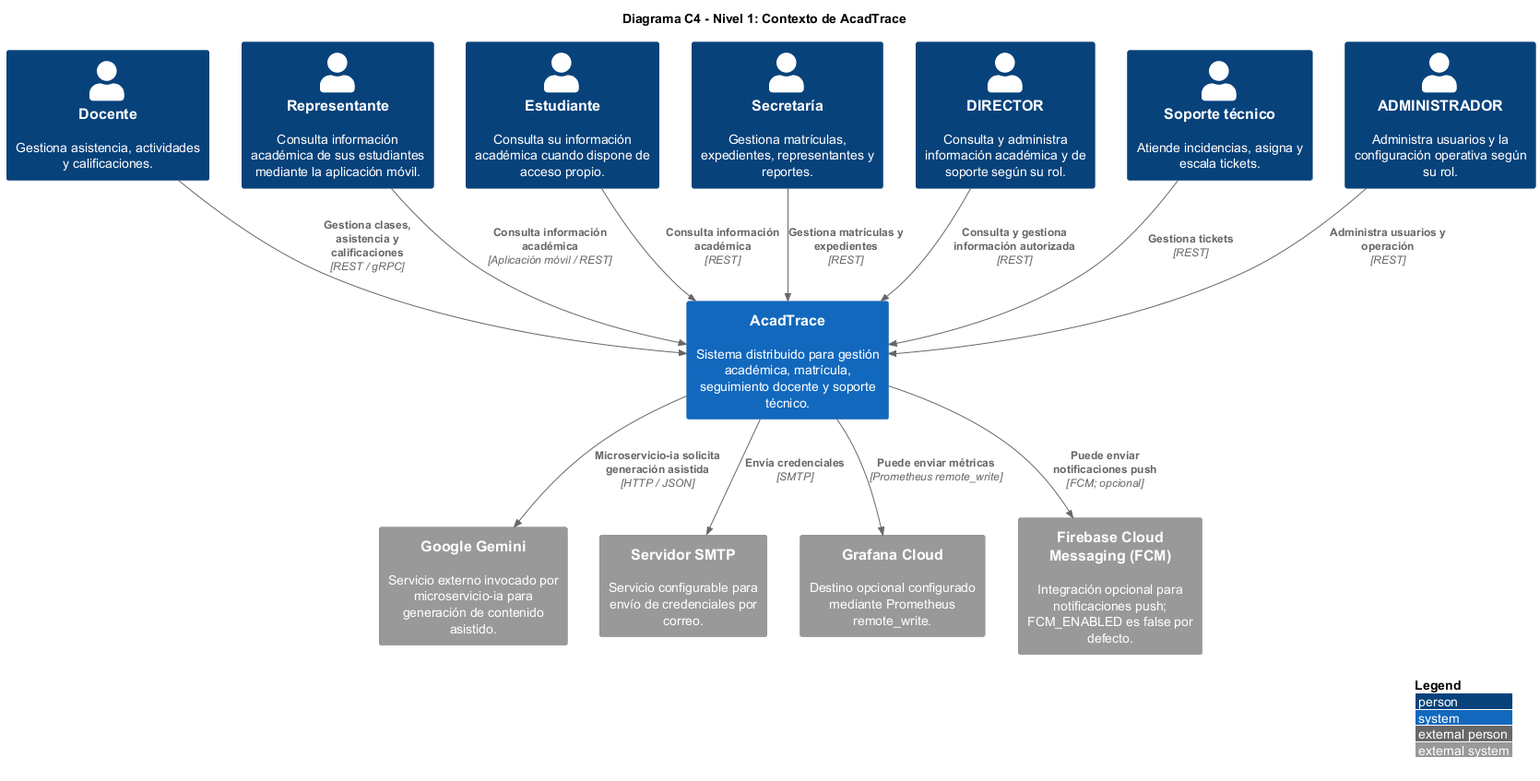
Earlier version of the PlantUML export Informe-E4_BCEL/c4_nivel1_contexto.png (gleiston-guerrero/acadtrace).
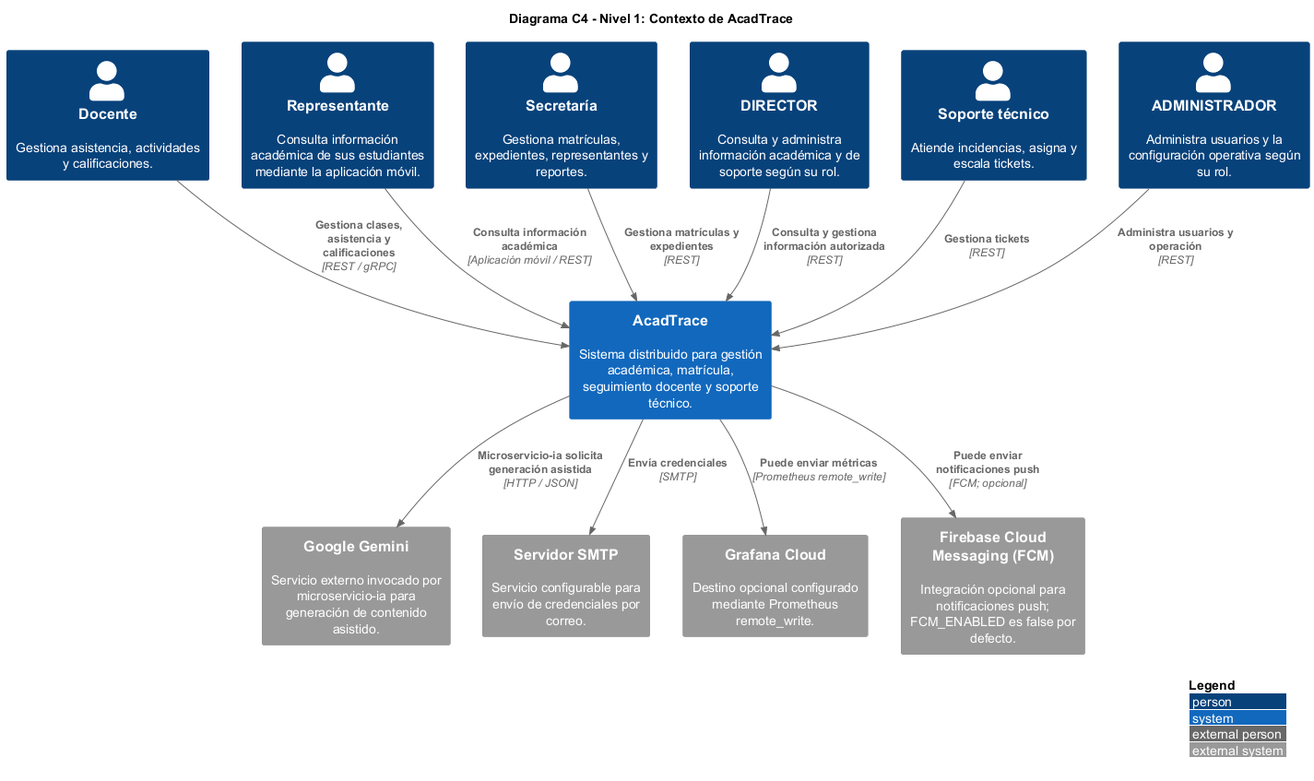
After the commit.

Commit message:
docs(e3): alinear vistas C4 niveles 1-3 conectando frontales y retirando actor estudiante

Diff of the diagram source:
```diff
@@ -7,7 +7,6 @@
 
 Person(docente, "Docente", "Gestiona asistencia, actividades y calificaciones.")
 Person(representante, "Representante", "Consulta información académica de sus estudiantes mediante la aplicación móvil.")
-Person(estudiante, "Estudiante", "Consulta su información académica cuando dispone de acceso propio.")
 Person(secretaria, "Secretaría", "Gestiona matrículas, expedientes, representantes y reportes.")
 Person(director, "DIRECTOR", "Consulta y administra información académica y de soporte según su rol.")
 Person(soporte, "Soporte técnico", "Atiende incidencias, asigna y escala tickets.")
@@ -22,7 +21,6 @@
 
 Rel(docente, acadtrace, "Gestiona clases, asistencia y calificaciones", "REST / gRPC")
 Rel(representante, acadtrace, "Consulta información académica", "Aplicación móvil / REST")
-Rel(estudiante, acadtrace, "Consulta información académica", "REST")
 Rel(secretaria, acadtrace, "Gestiona matrículas y expedientes", "REST")
 Rel(director, acadtrace, "Consulta y gestiona información autorizada", "REST")
 Rel(soporte, acadtrace, "Gestiona tickets", "REST")
```
